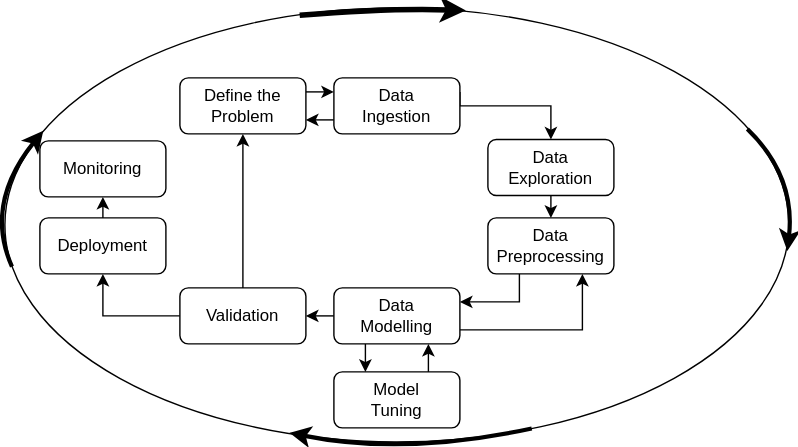
Above: resources/ML-Pipeline.drawio.svg in EOLab-HSRW/esp32s3_object_detection (draw.io), before the change. Source tidied: cells renumbered, new cells last; positions are measured from the earlier drawing's top-left corner, leaving out a move shared by most shapes.
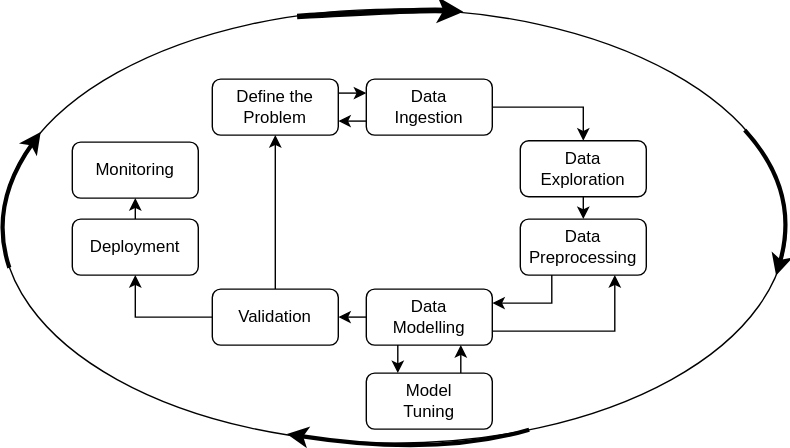
The same diagram one commit later.

The edit, as a diff of the source:
```diff
@@ -3,7 +3,7 @@
     <mxCell id="0" />
     <mxCell id="1" parent="0" />
     <mxCell id="2" style="ellipse;whiteSpace=wrap;html=1;" parent="1" vertex="1">
-      <mxGeometry x="15" width="560" height="310" as="geometry" />
+      <mxGeometry x="-10" width="560" height="310" as="geometry" />
     </mxCell>
     <mxCell id="3" style="edgeStyle=orthogonalEdgeStyle;rounded=0;jettySize=auto;html=1;exitX=1;exitY=0.25;exitDx=0;exitDy=0;entryX=0;entryY=0.25;entryDx=0;entryDy=0;" parent="1" edge="1" source="4" target="7">
       <mxGeometry relative="1" as="geometry" />
@@ -71,10 +71,10 @@
         </Array>
       </mxGeometry>
     </mxCell>
-    <mxCell id="22" style="curved=1;endArrow=classic;html=1;rounded=0;exitX=0.947;exitY=0.279;exitDx=0;exitDy=0;exitPerimeter=0;entryX=0.998;entryY=0.56;entryDx=0;entryDy=0;entryPerimeter=0;strokeWidth=3;" parent="1" edge="1" source="2" target="2">
+    <mxCell id="22" style="curved=1;endArrow=classic;html=1;rounded=0;exitX=0.947;exitY=0.279;exitDx=0;exitDy=0;exitPerimeter=0;entryX=0.987;entryY=0.614;entryDx=0;entryDy=0;entryPerimeter=0;strokeWidth=3;" parent="1" edge="1" source="2" target="2">
       <mxGeometry relative="1" as="geometry">
         <Array as="points">
-          <mxPoint x="580" y="120" />
+          <mxPoint x="560" y="130" />
         </Array>
       </mxGeometry>
     </mxCell>
@@ -88,7 +88,7 @@
     <mxCell id="24" style="curved=1;endArrow=classic;html=1;rounded=0;exitX=0.009;exitY=0.596;exitDx=0;exitDy=0;exitPerimeter=0;entryX=0.049;entryY=0.283;entryDx=0;entryDy=0;entryPerimeter=0;shadow=0;strokeWidth=3;" parent="1" edge="1" source="2" target="2">
       <mxGeometry relative="1" as="geometry">
         <Array as="points">
-          <mxPoint y="140" />
+          <mxPoint x="-20" y="140" />
         </Array>
       </mxGeometry>
     </mxCell>
```
